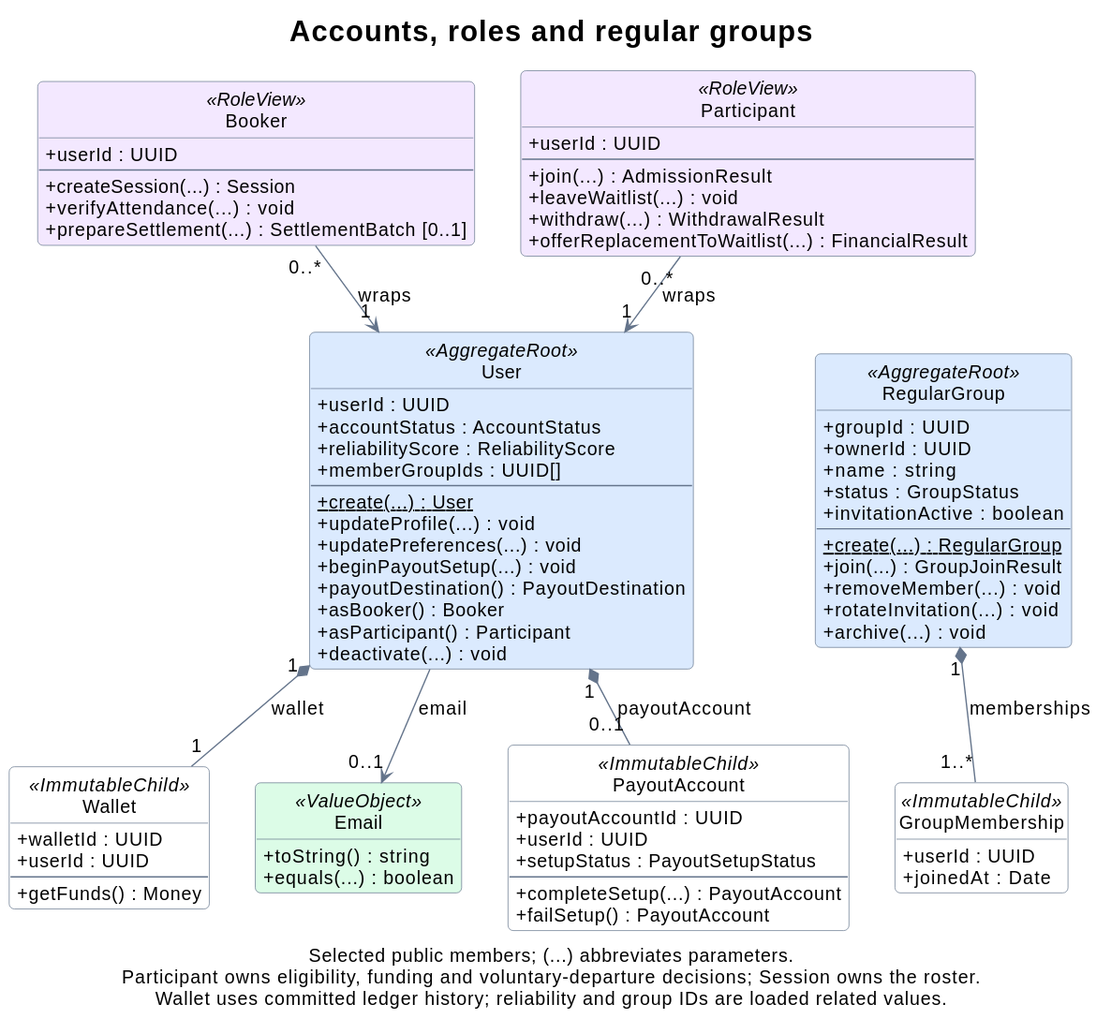
The PlantUML diagram docs/assets/domain-accounts.svg in rbrishi15/booking-web-manager, before a commit.
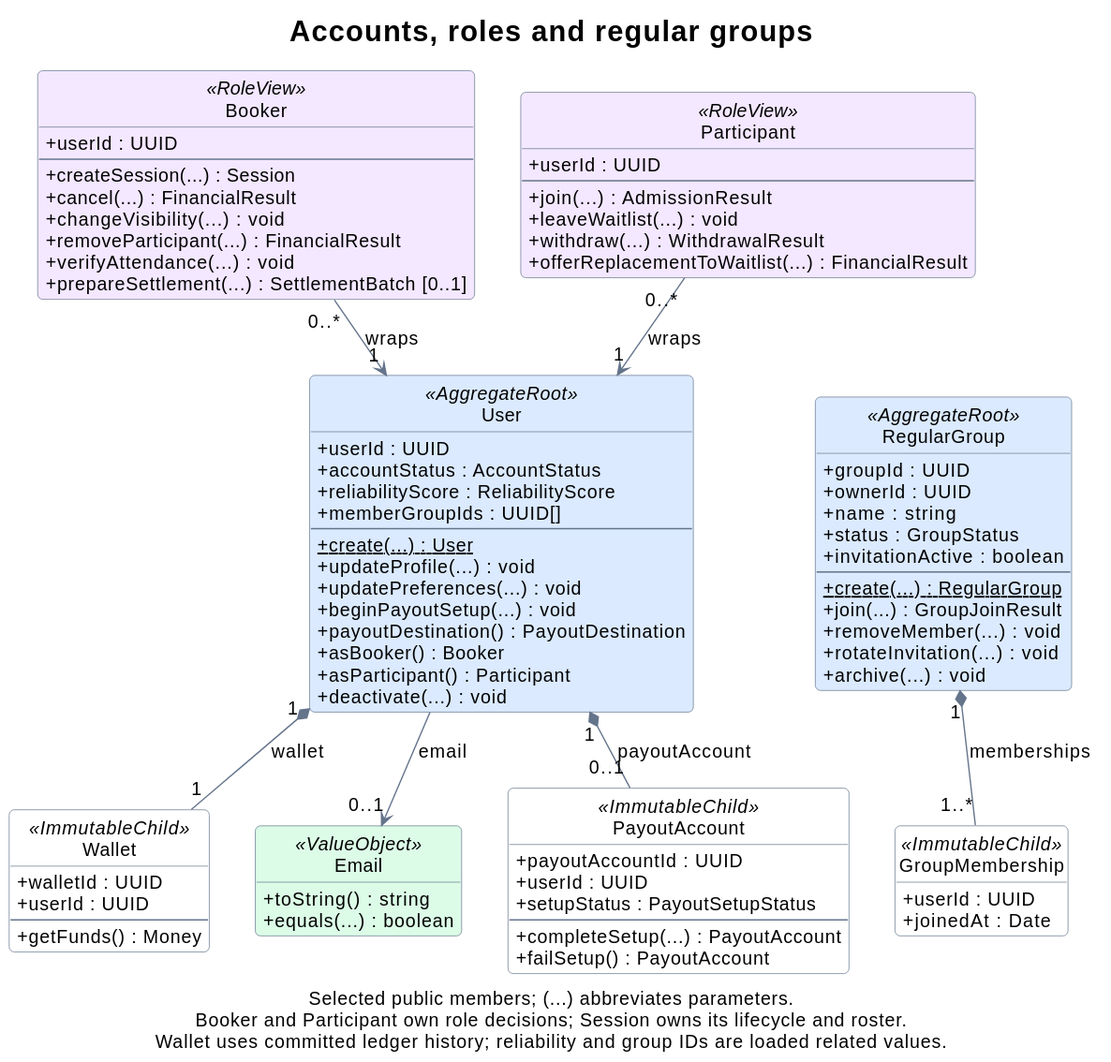
After the commit.

Change to the diagram source:
```diff
@@ -25,6 +25,9 @@
   +userId : UUID
   --
   +createSession(...) : Session
+  +cancel(...) : FinancialResult
+  +changeVisibility(...) : void
+  +removeParticipant(...) : FinancialResult
   +verifyAttendance(...) : void
   +prepareSettlement(...) : SettlementBatch [0..1]
 }
@@ -105,5 +108,5 @@
 Wallet -[hidden]right- Email
 Email -[hidden]right- PayoutAccount
 
-caption Selected public members; (...) abbreviates parameters.\nParticipant owns eligibility, funding and voluntary-departure decisions; Session owns the roster.\nWallet uses committed ledger history; reliability and group IDs are loaded related values.
+caption Selected public members; (...) abbreviates parameters.\nBooker and Participant own role decisions; Session owns its lifecycle and roster.\nWallet uses committed ledger history; reliability and group IDs are loaded related values.
 @enduml
```
